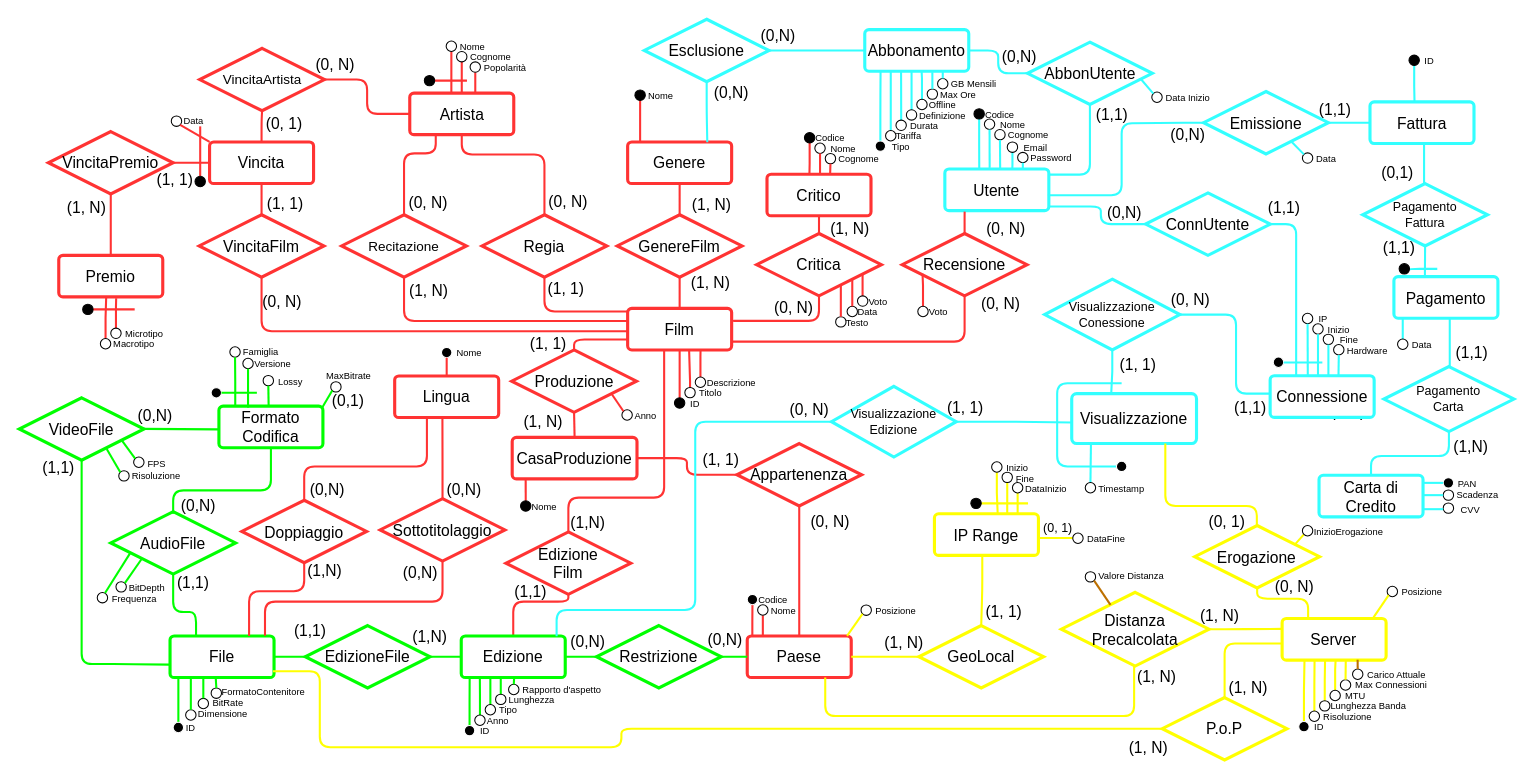
Richie314/FilmSphere keeps this draw.io diagram as page "ER - ristrutturato" (2 of 2) of ER.drawio. Above is the earlier version. Source tidied: cells renumbered, new cells numbered last; positions are measured from the earlier drawing's top-left corner, leaving out a move shared by most shapes. Both pictures are drawn from the tidied source at 104%, with x=0, y=0 at pixel (19, 19).
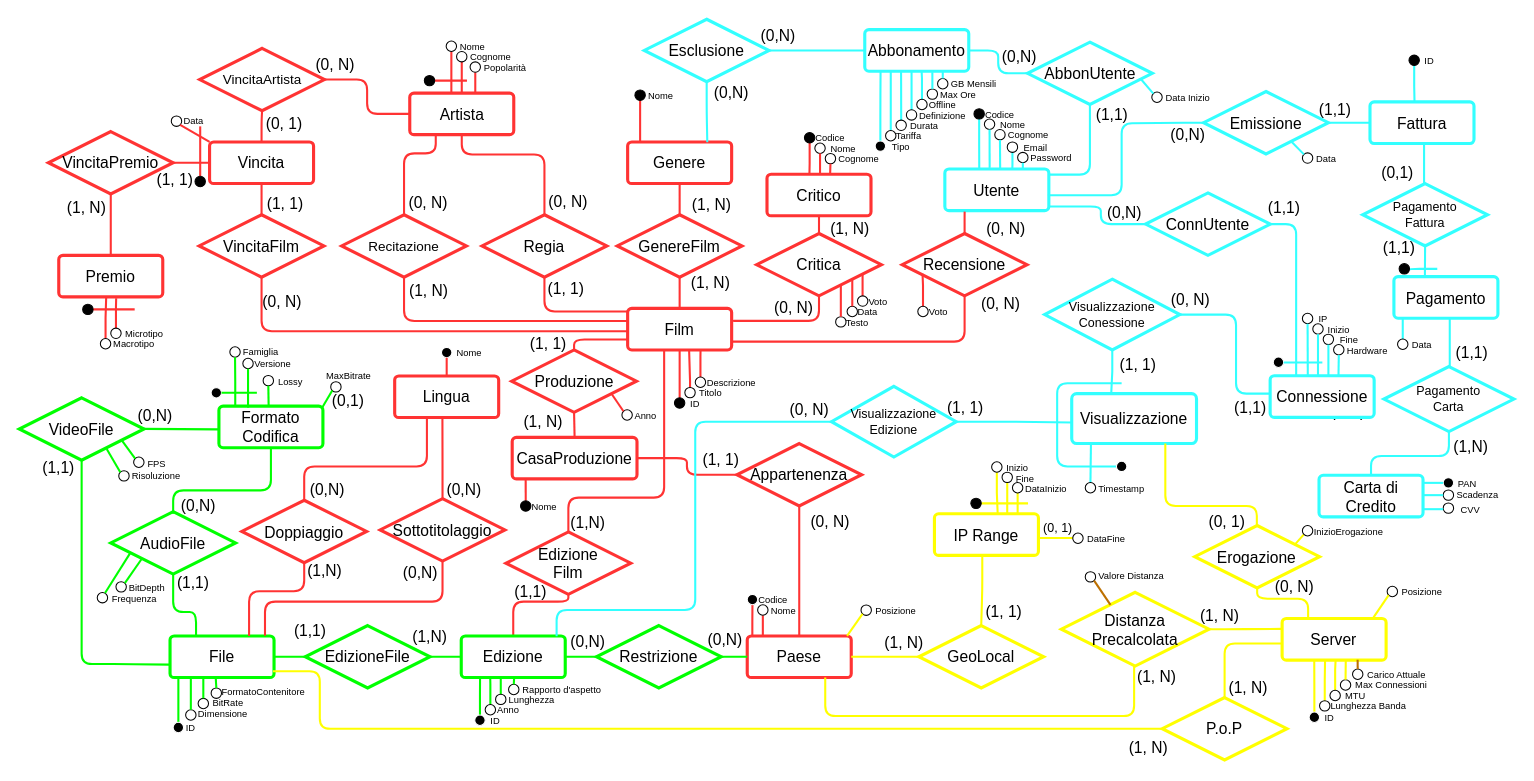
Above is the later version.

Unchanged cells that the change refers to:
```xml
<mxCell id="281" value="&lt;font style=&quot;font-size: 15px;&quot;&gt;Server&lt;/font&gt;" style="rounded=1;arcSize=10;whiteSpace=wrap;html=1;align=center;strokeWidth=3;strokeColor=#FFFF00;" parent="1" vertex="1">
  <mxGeometry x="1214.3" y="576.2" width="100" height="40" as="geometry" />
</mxCell>
```

Change to the diagram source:
```diff
@@
     <mxCell id="73" style="edgeStyle=orthogonalEdgeStyle;shape=connector;rounded=1;orthogonalLoop=1;jettySize=auto;html=1;labelBackgroundColor=default;strokeColor=#FFFF00;strokeWidth=2;fontFamily=Helvetica;fontSize=11;fontColor=default;endArrow=none;endFill=0;entryX=0;entryY=0.5;entryDx=0;entryDy=0;exitX=1;exitY=0.75;exitDx=0;exitDy=0;" parent="1" edge="1">
       <mxGeometry relative="1" as="geometry">
         <mxPoint x="244" y="627" as="sourcePoint" />
         <mxPoint x="1098" y="682.3" as="targetPoint" />
         <Array as="points">
           <mxPoint x="289" y="627" />
-          <mxPoint x="289" y="700" />
-          <mxPoint x="579" y="700" />
-          <mxPoint x="579" y="682" />
+          <mxPoint x="289" y="682" />
         </Array>
       </mxGeometry>
     </mxCell>
@@
     <mxCell id="147" style="edgeStyle=orthogonalEdgeStyle;shape=connector;rounded=0;jettySize=auto;html=1;entryX=0.551;entryY=1.018;entryDx=0;entryDy=0;entryPerimeter=0;labelBackgroundColor=default;strokeColor=#00FF00;strokeWidth=2;fontFamily=Helvetica;fontSize=11;fontColor=default;endArrow=none;endFill=0;" parent="1" edge="1" source="148">
       <mxGeometry relative="1" as="geometry">
-        <mxPoint x="433.1" y="633.7" as="targetPoint" />
+        <mxPoint x="443.1" y="633.7" as="targetPoint" />
       </mxGeometry>
     </mxCell>
     <mxCell id="148" style="ellipse;whiteSpace=wrap;html=1;fillColor=#000000;strokeColor=#FFFFFF;" parent="1" vertex="1">
-      <mxGeometry x="428" y="679" width="10" height="10" as="geometry" />
+      <mxGeometry x="438" y="669" width="10" height="10" as="geometry" />
     </mxCell>
     <mxCell id="149" style="edgeStyle=orthogonalEdgeStyle;shape=connector;rounded=0;jettySize=auto;html=1;entryX=0.649;entryY=1.032;entryDx=0;entryDy=0;entryPerimeter=0;labelBackgroundColor=default;strokeColor=#00FF00;strokeWidth=2;fontFamily=Helvetica;fontSize=11;fontColor=default;endArrow=none;endFill=0;" parent="1" edge="1" source="150">
       <mxGeometry relative="1" as="geometry">
-        <mxPoint x="442.9" y="634.3" as="targetPoint" />
+        <mxPoint x="452.9" y="634.3" as="targetPoint" />
       </mxGeometry>
     </mxCell>
     <mxCell id="150" style="ellipse;whiteSpace=wrap;html=1;fillColor=#FFFFFF;strokeColor=#000000;" parent="1" vertex="1">
-      <mxGeometry x="438" y="669" width="10" height="10" as="geometry" />
+      <mxGeometry x="448" y="659" width="10" height="10" as="geometry" />
     </mxCell>
-    <mxCell id="151" style="edgeStyle=orthogonalEdgeStyle;shape=connector;rounded=0;jettySize=auto;html=1;entryX=0.75;entryY=1;entryDx=0;entryDy=0;labelBackgroundColor=default;strokeColor=#00FF00;strokeWidth=2;fontFamily=Helvetica;fontSize=11;fontColor=default;endArrow=none;endFill=0;" parent="1" edge="1" source="152">
-      <mxGeometry relative="1" as="geometry">
-        <mxPoint x="453" y="633" as="targetPoint" />
-      </mxGeometry>
-    </mxCell>
-    <mxCell id="152" style="ellipse;whiteSpace=wrap;html=1;fillColor=#FFFFFF;strokeColor=#000000;" parent="1" vertex="1">
-      <mxGeometry x="448" y="659" width="10" height="10" as="geometry" />
-    </mxCell>
@@
     <mxCell id="155" value="&lt;font style=&quot;font-size: 9px;&quot;&gt;ID&lt;br&gt;&lt;/font&gt;" style="text;html=1;strokeColor=none;fillColor=none;align=center;verticalAlign=middle;whiteSpace=wrap;rounded=0;" parent="1" vertex="1">
-      <mxGeometry x="438" y="679" width="20" height="10" as="geometry" />
+      <mxGeometry x="448" y="669" width="20" height="10" as="geometry" />
     </mxCell>
     <mxCell id="156" value="&lt;font style=&quot;font-size: 9px;&quot;&gt;Anno&lt;br&gt;&lt;/font&gt;" style="text;html=1;strokeColor=none;fillColor=none;align=center;verticalAlign=middle;whiteSpace=wrap;rounded=0;" parent="1" vertex="1">
-      <mxGeometry x="448" y="669" width="25" height="10" as="geometry" />
+      <mxGeometry x="458" y="659" width="25" height="10" as="geometry" />
     </mxCell>
-    <mxCell id="157" value="&lt;font style=&quot;font-size: 9px;&quot;&gt;Tipo&lt;br&gt;&lt;/font&gt;" style="text;html=1;strokeColor=none;fillColor=none;align=center;verticalAlign=middle;whiteSpace=wrap;rounded=0;" parent="1" vertex="1">
-      <mxGeometry x="458" y="659" width="25" height="10" as="geometry" />
-    </mxCell>
@@
-    <mxCell id="282" style="edgeStyle=orthogonalEdgeStyle;shape=connector;rounded=0;jettySize=auto;html=1;entryX=0.215;entryY=1.022;entryDx=0;entryDy=0;entryPerimeter=0;labelBackgroundColor=default;strokeColor=#FFFF00;strokeWidth=2;fontFamily=Helvetica;fontSize=11;fontColor=default;endArrow=none;endFill=0;" parent="1" edge="1" source="283" target="281">
+    <mxCell id="282" style="edgeStyle=orthogonalEdgeStyle;shape=connector;rounded=0;jettySize=auto;html=1;entryX=0.309;entryY=0.995;entryDx=0;entryDy=0;entryPerimeter=0;labelBackgroundColor=default;strokeColor=#FFFF00;strokeWidth=2;fontFamily=Helvetica;fontSize=11;fontColor=default;endArrow=none;endFill=0;" parent="1" edge="1" source="283" target="281">
       <mxGeometry relative="1" as="geometry" />
     </mxCell>
     <mxCell id="283" style="ellipse;whiteSpace=wrap;html=1;fillColor=#000000;strokeColor=#FFFFFF;" parent="1" vertex="1">
-      <mxGeometry x="1230.3" y="675.2" width="10" height="10" as="geometry" />
+      <mxGeometry x="1240.3" y="666.2" width="10" height="10" as="geometry" />
     </mxCell>
-    <mxCell id="284" style="edgeStyle=orthogonalEdgeStyle;shape=connector;rounded=0;jettySize=auto;html=1;entryX=0.312;entryY=1.001;entryDx=0;entryDy=0;entryPerimeter=0;labelBackgroundColor=default;strokeColor=#FFFF00;strokeWidth=2;fontFamily=Helvetica;fontSize=11;fontColor=default;endArrow=none;endFill=0;" parent="1" edge="1" source="285" target="281">
-      <mxGeometry relative="1" as="geometry" />
-    </mxCell>
-    <mxCell id="285" style="ellipse;whiteSpace=wrap;html=1;fillColor=#FFFFFF;strokeColor=#000000;" parent="1" vertex="1">
-      <mxGeometry x="1240.3" y="665.2" width="10" height="10" as="geometry" />
-    </mxCell>
@@
     <mxCell id="290" value="&lt;font style=&quot;font-size: 9px;&quot;&gt;ID&lt;br&gt;&lt;/font&gt;" style="text;html=1;strokeColor=none;fillColor=none;align=center;verticalAlign=middle;whiteSpace=wrap;rounded=0;" parent="1" vertex="1">
-      <mxGeometry x="1240.3" y="675.2" width="20" height="10" as="geometry" />
+      <mxGeometry x="1250.3" y="666.2" width="20" height="10" as="geometry" />
     </mxCell>
-    <mxCell id="291" value="&lt;font style=&quot;font-size: 9px;&quot;&gt;Risoluzione&lt;br&gt;&lt;/font&gt;" style="text;html=1;strokeColor=none;fillColor=none;align=center;verticalAlign=middle;whiteSpace=wrap;rounded=0;" parent="1" vertex="1">
-      <mxGeometry x="1250.3" y="665.2" width="55" height="10" as="geometry" />
-    </mxCell>
```
